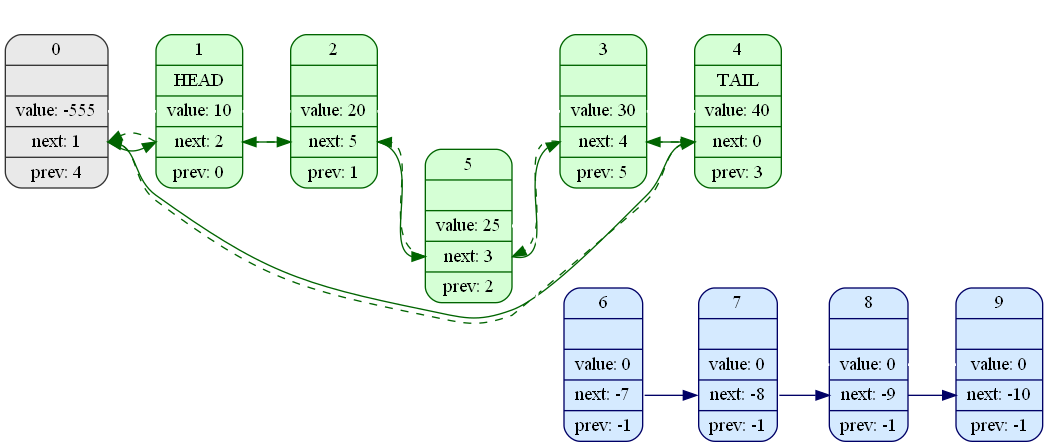
Earlier version of the Graphviz export ListPicture.png (KuchinaMA/Lists). Its source is kept beside it as ListPicture.dot.
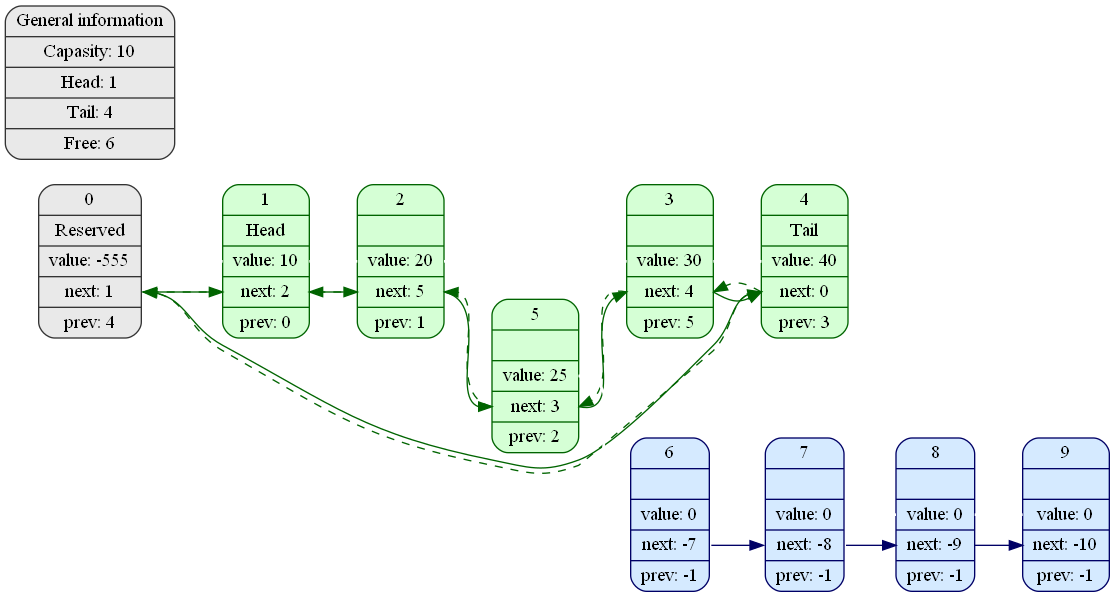
After the change.

Diff of the diagram source:
```diff
@@ -1,11 +1,11 @@
 digraph {
   rankdir = LR;
   node [shape = Mrecord, color = "#006400", style = filled, fillcolor = "#D5FFD5"];
-  el0[color = "#333333", style = filled, fillcolor = "#E9E9E9", label = "0 | | <d0> value: -555 | <n0> next: 1 | <p0> prev: 4"];
-  el1[label = "1 | HEAD | <d1> value: 10 | <n1> next: 2 | <p1> prev: 0"];
+{  el0[color = "#333333", style = filled, fillcolor = "#E9E9E9", label = "0 | Reserved | <d0> value: -555 | <n0> next: 1 | <p0> prev: 4"];
+  el1[label = "1 | Head | <d1> value: 10 | <n1> next: 2 | <p1> prev: 0"];
   el2[label = "2 | | <d2> value: 20 | <n2> next: 5 | <p2> prev: 1"];
   el3[label = "3 | | <d3> value: 30 | <n3> next: 4 | <p3> prev: 5"];
-  el4[label = "4 | TAIL | <d4> value: 40 | <n4> next: 0 | <p4> prev: 3"];
+  el4[label = "4 | Tail | <d4> value: 40 | <n4> next: 0 | <p4> prev: 3"];
   el5[label = "5 | | <d5> value: 25 | <n5> next: 3 | <p5> prev: 2"];
   el6[color = "#000066", style = filled, fillcolor = "#D5EAFF", label = "6 | | <d6> value: 0 | <n6> next: -7 | <p6> prev: -1"];
   el7[color = "#000066", style = filled, fillcolor = "#D5EAFF", label = "7 | | <d7> value: 0 | <n7> next: -8 | <p7> prev: -1"];
@@ -27,4 +27,5 @@
   el6: <n6> -> el7: <n7> [color = "#000066"];
   el7: <n7> -> el8: <n8> [color = "#000066"];
   el8: <n8> -> el9: <n9> [color = "#000066"];
-}
+}{  general[color = "#333333", style = filled, fillcolor = "#E9E9E9", label = "General information |      Capasity: 10 | Head: 1 | Tail: 4 | Free: 6"];
+}}
```
